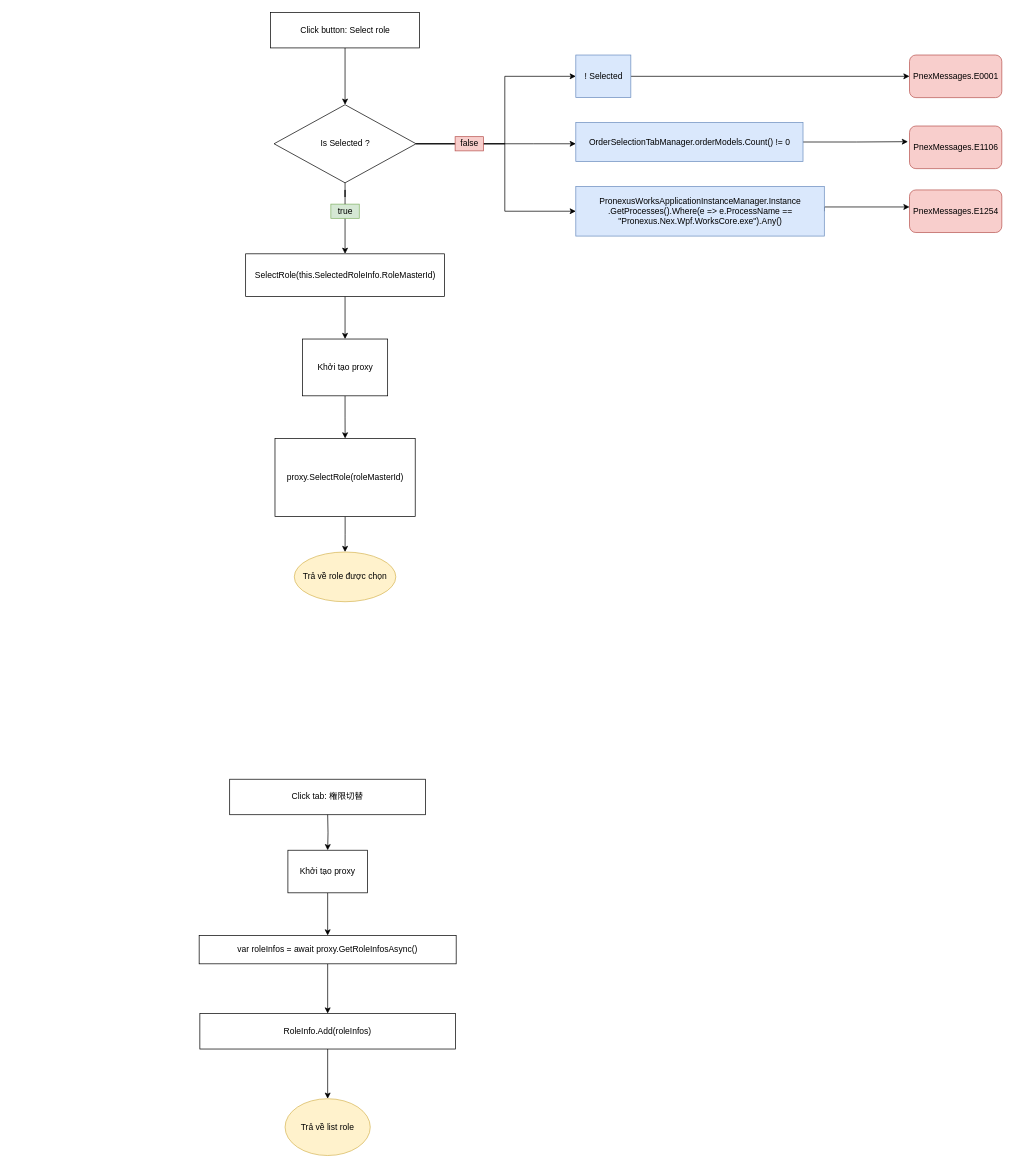
LikWiKi/CSharpBasic_NTQ keeps this draw.io diagram as page "Client" (2 of 3) of Untitled Diagram.drawio. Above is the earlier version. Source tidied: cells renumbered, new cells numbered last; positions are measured from the earlier drawing's top-left corner, leaving out a move shared by most shapes. Both pictures are drawn from the tidied source at 71%, with x=0, y=0 at pixel (199, 12).
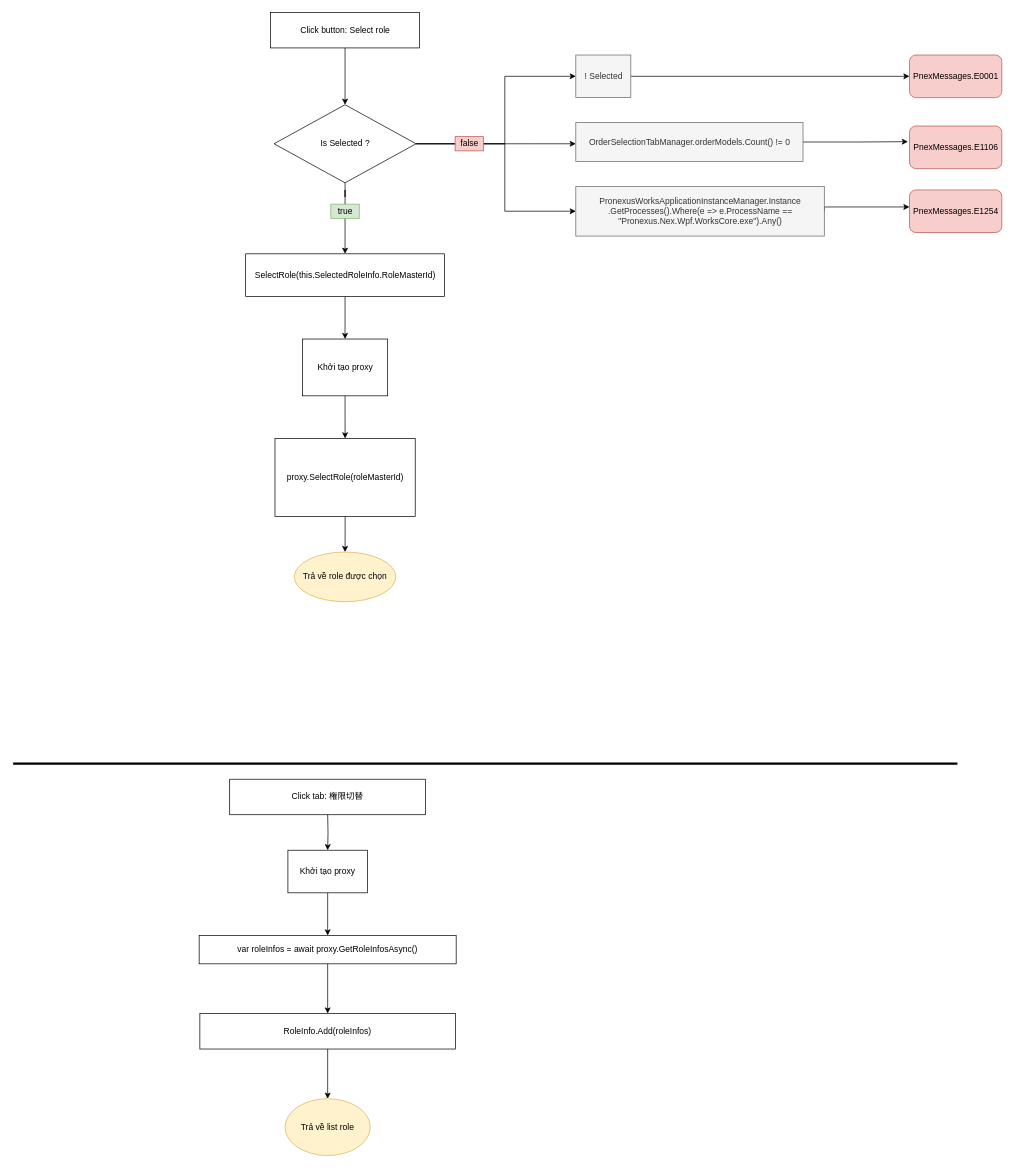
After the change.

Diff of the diagram source:
```diff
@@
-    <mxCell id="15" value="! Selected" style="rounded=0;whiteSpace=wrap;html=1;fillColor=#dae8fc;strokeColor=#6c8ebf;" parent="1" vertex="1">
+    <mxCell id="15" value="! Selected" style="rounded=0;whiteSpace=wrap;html=1;fillColor=#f5f5f5;strokeColor=#666666;fontColor=#333333;" parent="1" vertex="1">
       <mxGeometry x="530.5" y="60" width="77.5" height="60" as="geometry" />
     </mxCell>
@@
-    <mxCell id="17" value="OrderSelectionTabManager.orderModels.Count() != 0" style="rounded=0;whiteSpace=wrap;html=1;fillColor=#dae8fc;strokeColor=#6c8ebf;" parent="1" vertex="1">
+    <mxCell id="17" value="OrderSelectionTabManager.orderModels.Count() != 0" style="rounded=0;whiteSpace=wrap;html=1;fillColor=#f5f5f5;strokeColor=#666666;fontColor=#333333;" parent="1" vertex="1">
       <mxGeometry x="530.5" y="155" width="320" height="55" as="geometry" />
     </mxCell>
@@
-    <mxCell id="19" value="PronexusWorksApplicationInstanceManager.Instance&lt;br&gt;.GetProcesses().Where(e =&amp;gt; e.ProcessName == &quot;Pronexus.Nex.Wpf.WorksCore.exe&quot;).Any()" style="rounded=0;whiteSpace=wrap;html=1;fillColor=#dae8fc;strokeColor=#6c8ebf;" parent="1" vertex="1">
+    <mxCell id="19" value="PronexusWorksApplicationInstanceManager.Instance&lt;br&gt;.GetProcesses().Where(e =&amp;gt; e.ProcessName == &quot;Pronexus.Nex.Wpf.WorksCore.exe&quot;).Any()" style="rounded=0;whiteSpace=wrap;html=1;fillColor=#f5f5f5;strokeColor=#666666;fontColor=#333333;" parent="1" vertex="1">
       <mxGeometry x="530.5" y="245" width="350" height="70" as="geometry" />
     </mxCell>
@@
+    <mxCell id="37" style="endArrow=none;html=1;rounded=0;strokeWidth=3;" parent="1" edge="1">
+      <mxGeometry relative="1" as="geometry">
+        <mxPoint x="-262" y="1058" as="sourcePoint" />
+        <mxPoint x="1068" y="1058" as="targetPoint" />
+      </mxGeometry>
+    </mxCell>
```
